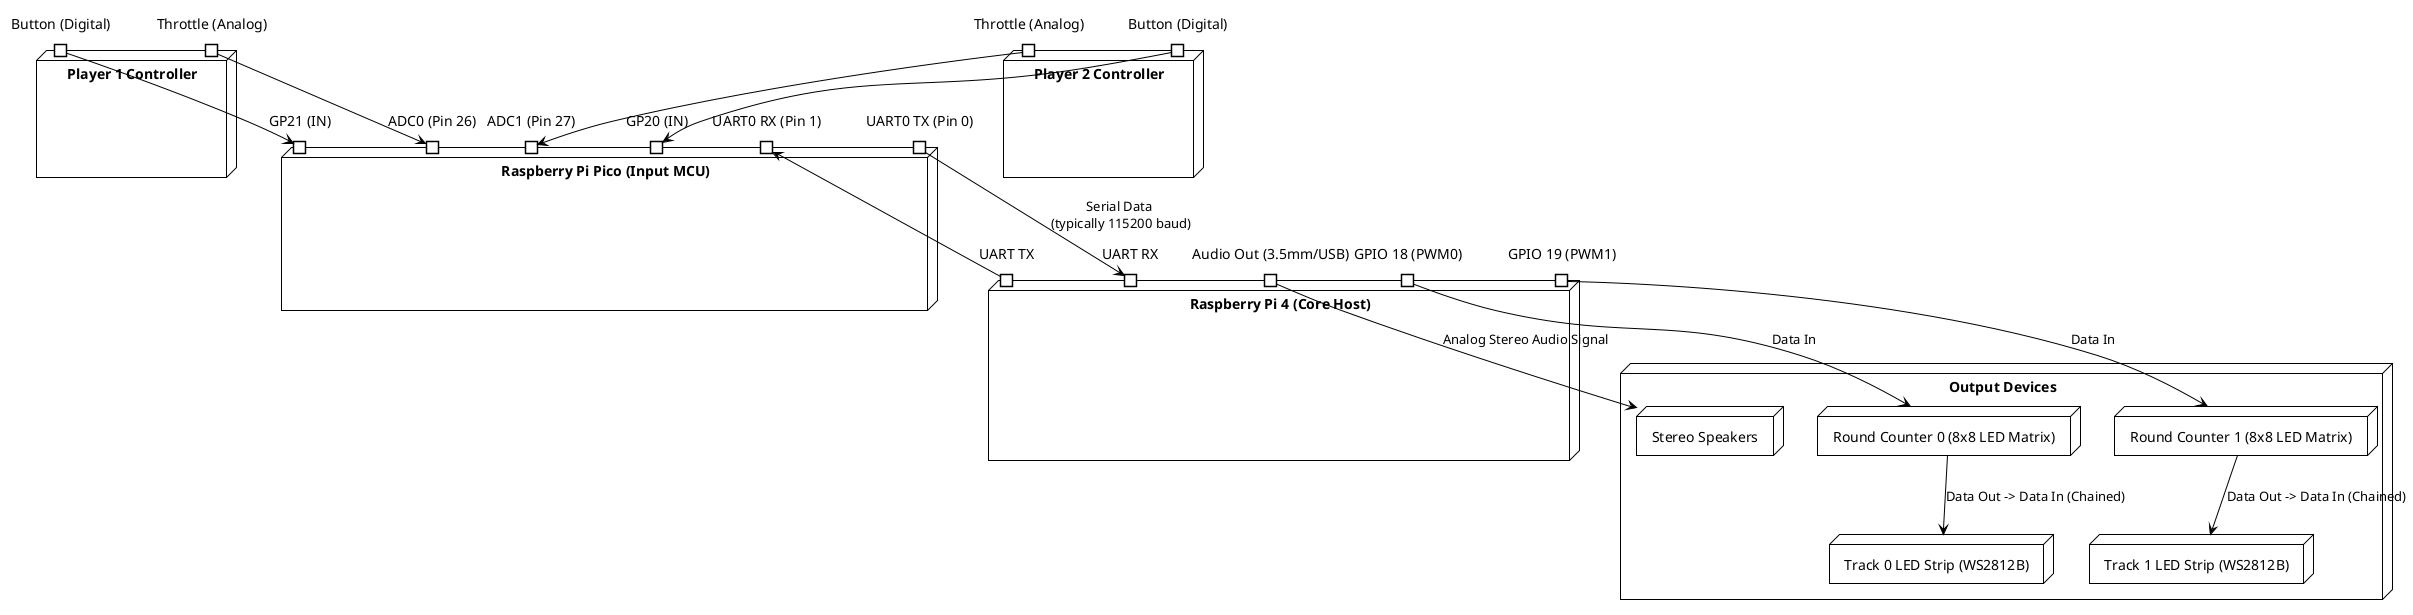
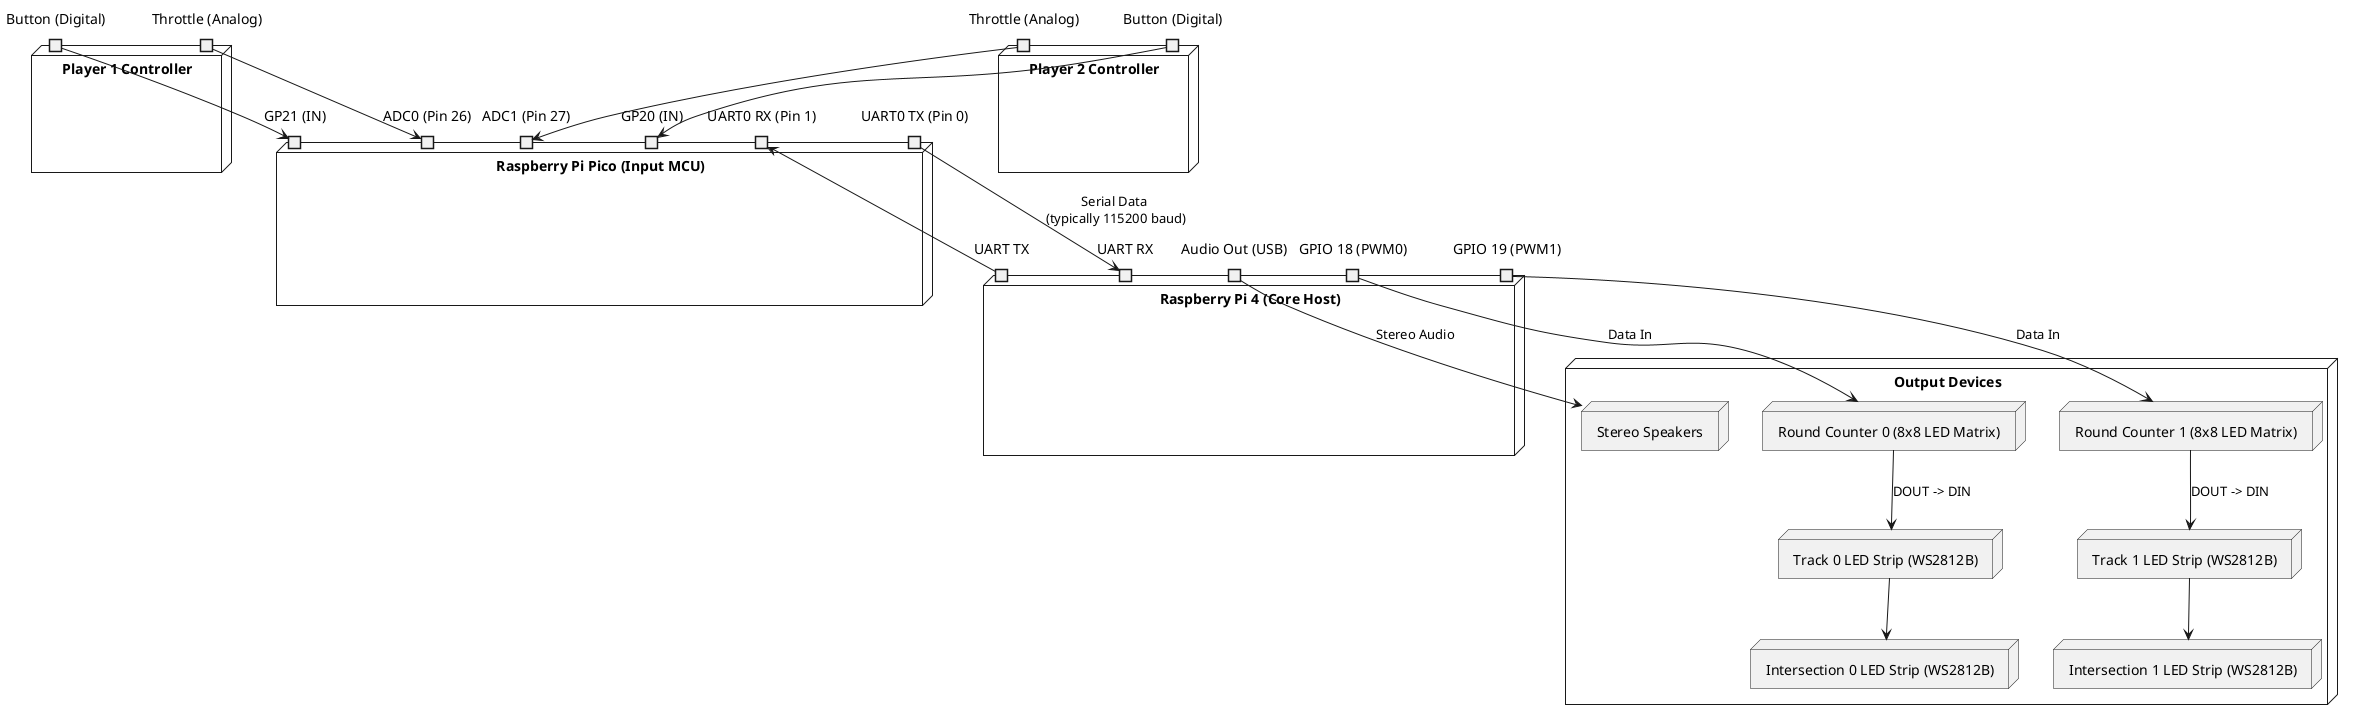
@startuml
- !theme plain
+ '!theme plain

node "Player 1 Controller" as P1_Ctrl {
  port "Throttle (Analog)" as P1_A
  port "Button (Digital)" as P1_D
}
node "Player 2 Controller" as P2_Ctrl {
  port "Throttle (Analog)" as P2_A
  port "Button (Digital)" as P2_D
}

node "Raspberry Pi Pico (Input MCU)" as Pico {
  port "ADC0 (Pin 26)" as pADC1
  port "GP21 (IN)" as pD1
  port "ADC1 (Pin 27)" as pADC2
  port "GP20 (IN)" as pD2
  port "UART0 TX (Pin 0)" as pTX
  port "UART0 RX (Pin 1)" as pRX
}

P1_A --> pADC1
P1_D --> pD1
P2_A --> pADC2
P2_D --> pD2

node "Raspberry Pi 4 (Core Host)" as RPi4 {
  port "UART RX" as rRX
  port "UART TX" as rTX
  port "GPIO 18 (PWM0)" as rGPIO18
  port "GPIO 19 (PWM1)" as rGPIO19
-   port "Audio Out (3.5mm/USB)" as rAudio
+   port "Audio Out (USB)" as rAudio
}

pTX --> rRX : Serial Data \n(typically 115200 baud)
pRX <-- rTX

node "Output Devices" {
  node "Round Counter 0 (8x8 LED Matrix)" as Matrix0
  node "Track 0 LED Strip (WS2812B)" as Track0
+   node "Intersection 0 LED Strip (WS2812B)" as Intersection0

  node "Round Counter 1 (8x8 LED Matrix)" as Matrix1
  node "Track 1 LED Strip (WS2812B)" as Track1
+   node "Intersection 1 LED Strip (WS2812B)" as Intersection1

  node "Stereo Speakers" as Speakers
}

rGPIO18 --> Matrix0 : Data In
- Matrix0 --> Track0 : Data Out -> Data In (Chained)
+ Matrix0 --> Track0 : DOUT -> DIN
+ Track0 --> Intersection0

rGPIO19 --> Matrix1 : Data In
- Matrix1 --> Track1 : Data Out -> Data In (Chained)
+ Matrix1 --> Track1 : DOUT -> DIN
+ Track1 --> Intersection1

- rAudio --> Speakers : Analog Stereo Audio Signal
- 
+ rAudio --> Speakers : Stereo Audio
@enduml